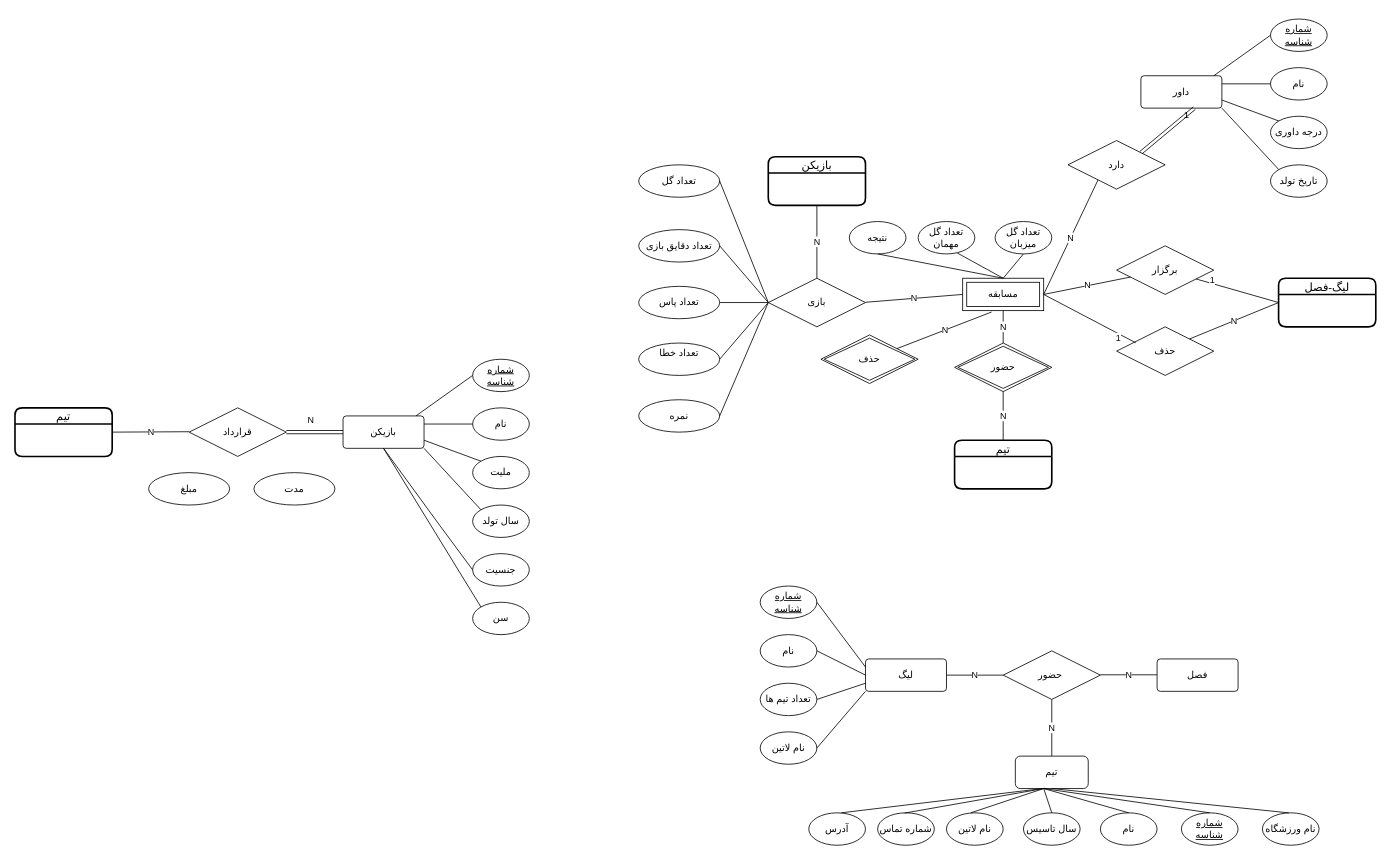
This is Untitled Diagram.drawio from dibamsh/test, a draw.io file, before an edit. Source tidied: cells renumbered, new cells numbered last; positions are measured from the earlier drawing's top-left corner, leaving out a move shared by most shapes. Both pictures are drawn from the tidied source at 81%, with x=0, y=0 at pixel (15, 19).
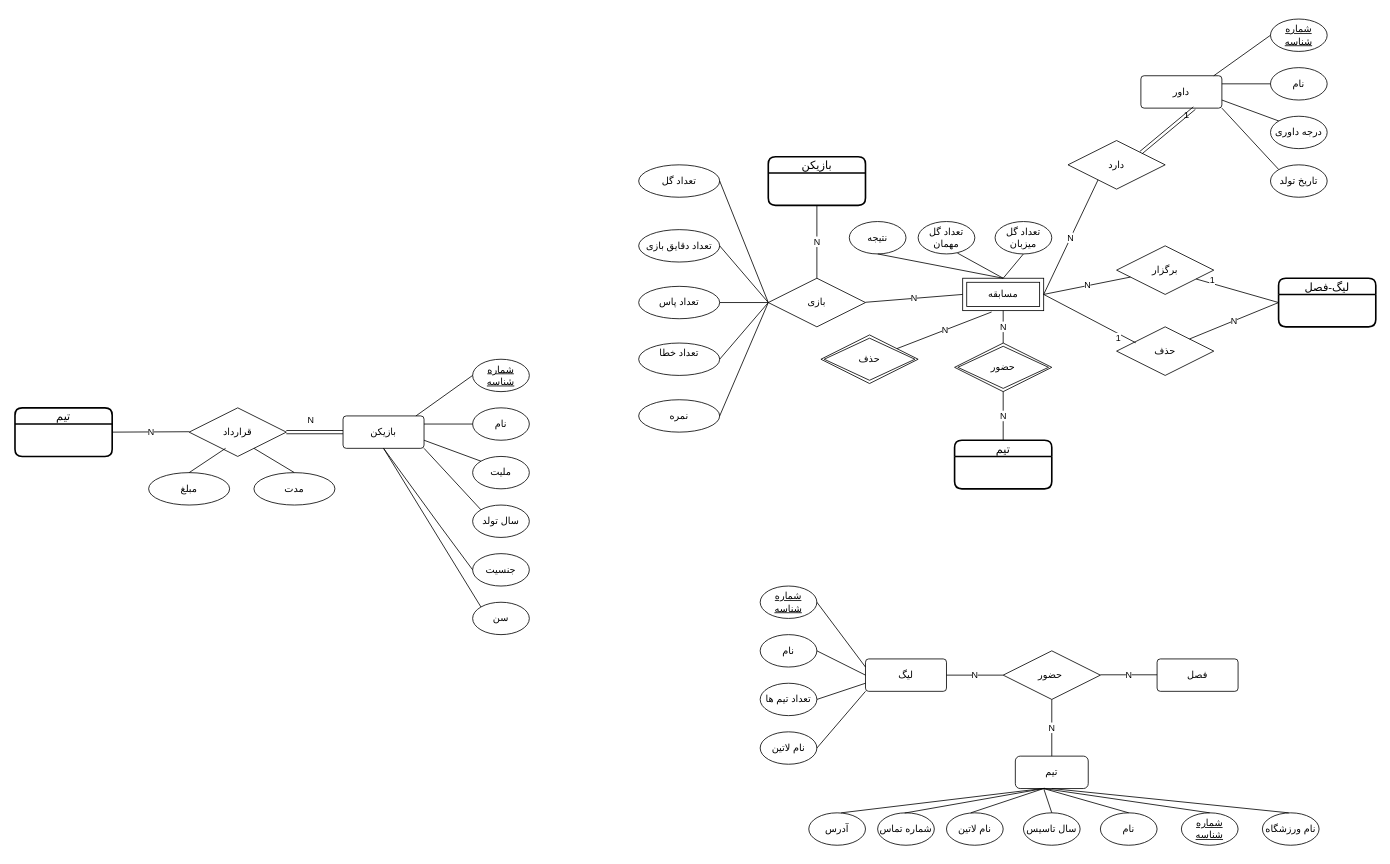
After the change.

The change refers to these unchanged cells:
```xml
<mxCell id="55" value="مدت" style="ellipse;whiteSpace=wrap;html=1;align=center;labelBackgroundColor=none;" parent="1" vertex="1">
  <mxGeometry x="295" y="560" width="100" height="40" as="geometry" />
</mxCell>
<mxCell id="56" value="مبلغ" style="ellipse;whiteSpace=wrap;html=1;align=center;labelBackgroundColor=none;" parent="1" vertex="1">
  <mxGeometry x="165" y="560" width="100" height="40" as="geometry" />
</mxCell>
```

What changed in the source:
```diff
@@
+    <mxCell id="99" style="endArrow=none;html=1;rounded=0;labelBackgroundColor=none;entryX=0.5;entryY=0;entryDx=0;entryDy=0;" parent="1" edge="1" target="55">
+      <mxGeometry relative="1" as="geometry">
+        <mxPoint x="295" y="530" as="sourcePoint" />
+      </mxGeometry>
+    </mxCell>
+    <mxCell id="100" style="endArrow=none;html=1;rounded=0;labelBackgroundColor=none;exitX=0.5;exitY=0;exitDx=0;exitDy=0;" parent="1" edge="1" source="56">
+      <mxGeometry relative="1" as="geometry">
+        <mxPoint x="260" y="530" as="targetPoint" />
+      </mxGeometry>
+    </mxCell>
```
